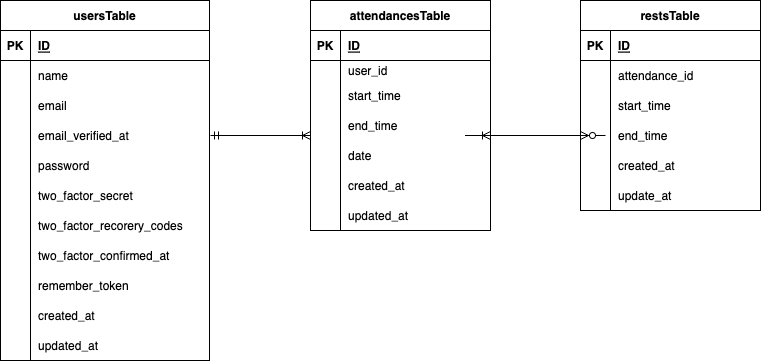
This is re.drawio.png from mizuki44/attendance_system, a draw.io export, as it was before one commit. Source tidied: cells renumbered, new cells last; positions are measured from the earlier drawing's top-left corner, leaving out a move shared by most shapes.
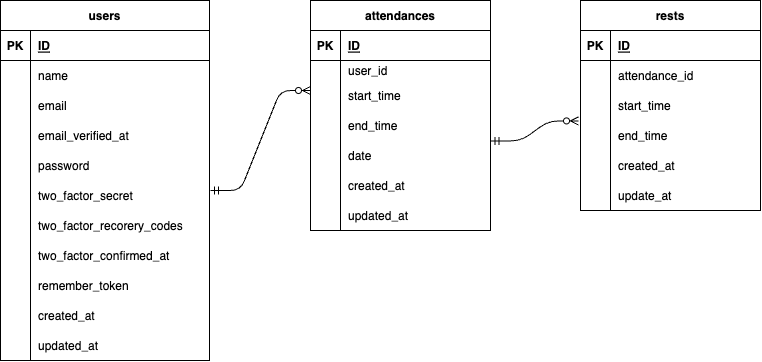
Later version of the same file.

Diff of the diagram source:
```diff
@@ -2,7 +2,7 @@
   <root>
     <mxCell id="0" />
     <mxCell id="1" parent="0" />
-    <mxCell id="2" value="restsTable" style="shape=table;startSize=30;rowLines=0;fontStyle=1;align=center;" parent="1" vertex="1">
+    <mxCell id="2" value="rests" style="shape=table;startSize=30;rowLines=0;fontStyle=1;align=center;" parent="1" vertex="1">
       <mxGeometry x="580" width="180" height="210" as="geometry" />
     </mxCell>
     <mxCell id="3" style="shape=tableRow;horizontal=0;startSize=0;swimlaneHead=0;swimlaneBody=0;fillColor=none;top=0;left=0;right=0;bottom=1;" parent="2" vertex="1">
@@ -59,18 +59,7 @@
     <mxCell id="20" value="update_at" style="shape=partialRectangle;fillColor=none;top=0;left=0;bottom=0;right=0;align=left;spacingLeft=6;overflow=hidden;" parent="18" vertex="1">
       <mxGeometry x="30" width="150" height="30" as="geometry" />
     </mxCell>
-    <mxCell id="21" style="edgeStyle=entityRelationEdgeStyle;fontSize=12;html=1;endArrow=ERoneToMany;startArrow=ERmandOne;exitX=1;exitY=0.5;exitDx=0;exitDy=0;entryX=0;entryY=0.5;entryDx=0;entryDy=0;" parent="1" edge="1">
-      <mxGeometry relative="1" as="geometry">
-        <mxPoint x="210" y="135" as="sourcePoint" />
-        <mxPoint x="310" y="135" as="targetPoint" />
-      </mxGeometry>
-    </mxCell>
-    <mxCell id="22" style="edgeStyle=entityRelationEdgeStyle;fontSize=12;html=1;endArrow=ERoneToMany;startArrow=ERzeroToMany;exitX=0;exitY=0.5;exitDx=0;exitDy=0;entryX=1;entryY=0.5;entryDx=0;entryDy=0;" parent="1" edge="1" source="12">
-      <mxGeometry relative="1" as="geometry">
-        <mxPoint x="490" y="135" as="targetPoint" />
-      </mxGeometry>
-    </mxCell>
-    <mxCell id="23" value="attendancesTable" style="shape=table;startSize=30;rowLines=0;fontStyle=1;align=center;" parent="1" vertex="1">
+    <mxCell id="23" value="attendances" style="shape=table;startSize=30;rowLines=0;fontStyle=1;align=center;" parent="1" vertex="1">
       <mxGeometry x="310" width="180" height="230" as="geometry" />
     </mxCell>
     <mxCell id="24" style="shape=tableRow;horizontal=0;startSize=0;swimlaneHead=0;swimlaneBody=0;fillColor=none;top=0;left=0;right=0;bottom=1;" parent="23" vertex="1">
@@ -136,7 +125,7 @@
     <mxCell id="44" value="updated_at" style="shape=partialRectangle;fillColor=none;top=0;left=0;bottom=0;right=0;align=left;spacingLeft=6;overflow=hidden;" parent="42" vertex="1">
       <mxGeometry x="30" width="150" height="30" as="geometry" />
     </mxCell>
-    <mxCell id="45" value="usersTable" style="shape=table;startSize=30;rowLines=0;fontStyle=1;align=center;" parent="1" vertex="1">
+    <mxCell id="45" value="users" style="shape=table;startSize=30;rowLines=0;fontStyle=1;align=center;" parent="1" vertex="1">
       <mxGeometry width="209" height="360" as="geometry" />
     </mxCell>
     <mxCell id="46" style="shape=tableRow;horizontal=0;startSize=0;swimlaneHead=0;swimlaneBody=0;fillColor=none;top=0;left=0;right=0;bottom=1;" parent="45" vertex="1">
@@ -238,5 +227,14 @@
     <mxCell id="78" value="updated_at" style="shape=partialRectangle;fillColor=none;top=0;left=0;bottom=0;right=0;align=left;spacingLeft=6;overflow=hidden;" parent="76" vertex="1">
       <mxGeometry x="30" width="179" height="30" as="geometry" />
     </mxCell>
+    <mxCell id="79" style="edgeStyle=entityRelationEdgeStyle;fontSize=12;html=1;endArrow=ERzeroToMany;startArrow=ERmandOne;exitX=1.003;exitY=0.014;exitDx=0;exitDy=0;exitPerimeter=0;entryX=-0.011;entryY=0.014;entryDx=0;entryDy=0;entryPerimeter=0;" parent="1" edge="1" source="36" target="12">
+      <mxGeometry relative="1" as="geometry" />
+    </mxCell>
+    <mxCell id="80" style="edgeStyle=entityRelationEdgeStyle;fontSize=12;html=1;endArrow=ERzeroToMany;startArrow=ERmandOne;" parent="1" edge="1">
+      <mxGeometry relative="1" as="geometry">
+        <mxPoint x="210" y="190" as="sourcePoint" />
+        <mxPoint x="310" y="90" as="targetPoint" />
+      </mxGeometry>
+    </mxCell>
   </root>
 </mxGraphModel>
```
